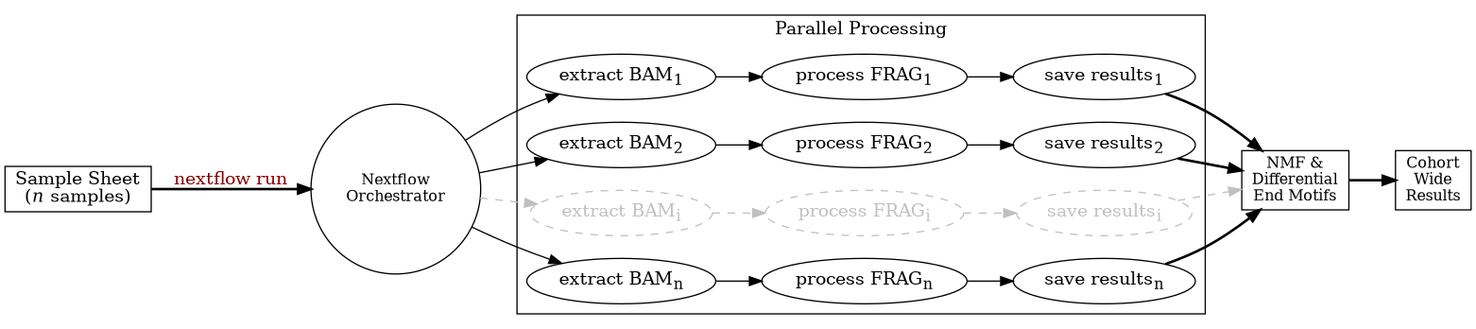
Before: docs/imgs/nf_pipeline.png, a diagram exported from Graphviz (schwarzlab-ccb/pyfraglib). Its source is kept beside it as docs/imgs/nf_pipeline.dot.
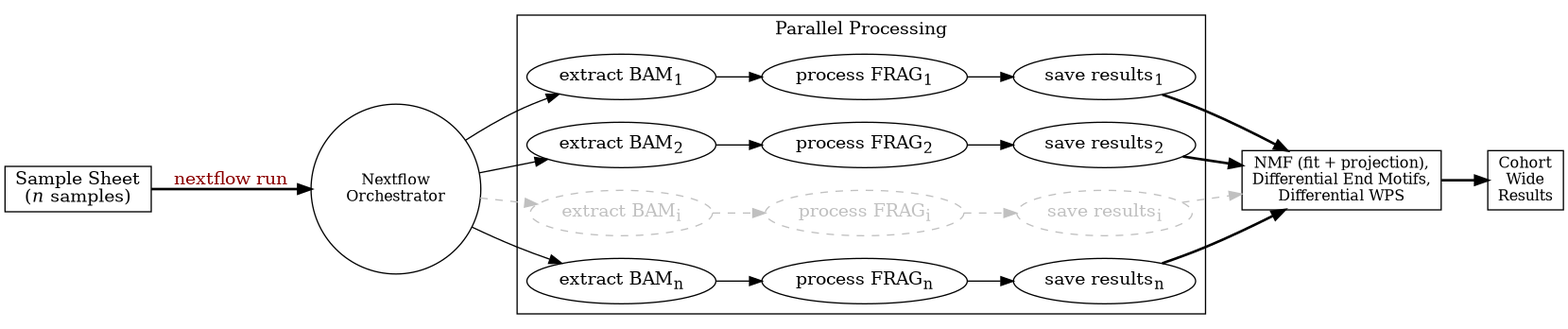
The same file after the commit.

Change to the diagram source:
```diff
@@ -28,7 +28,7 @@
         Cn -> Dn -> En;
     }
 
-    F [label="NMF &\nDifferential\nEnd Motifs",shape=box,fontsize=12];
+    F [label="NMF (fit + projection),\nDifferential End Motifs,\nDifferential WPS",shape=box,fontsize=12];
     G [label="Cohort\nWide\nResults",shape=box,fontsize=12];
 
     A -> B [label="nextflow run",fontcolor=darkred,style=bold];
```
